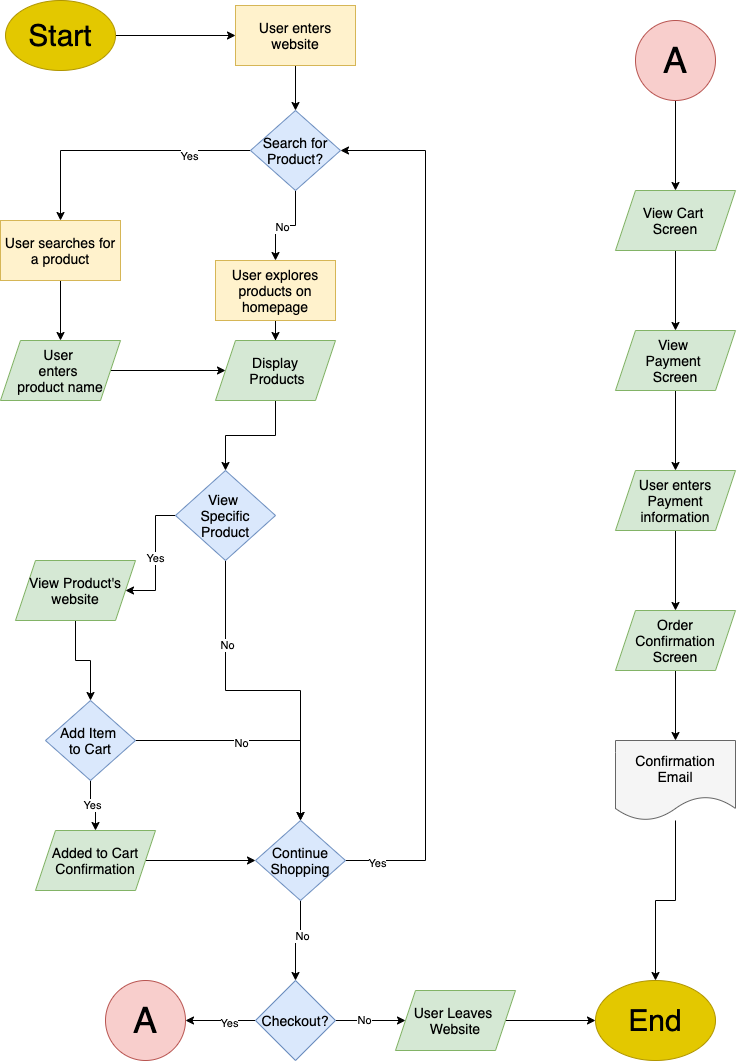
This is part2/part2.drawio.png from Manav-Ram19/wi21-cse110-lab4, a draw.io export, as it was before one commit. Source tidied: cells renumbered, new cells last; positions are measured from the earlier drawing's top-left corner, leaving out a move shared by most shapes.
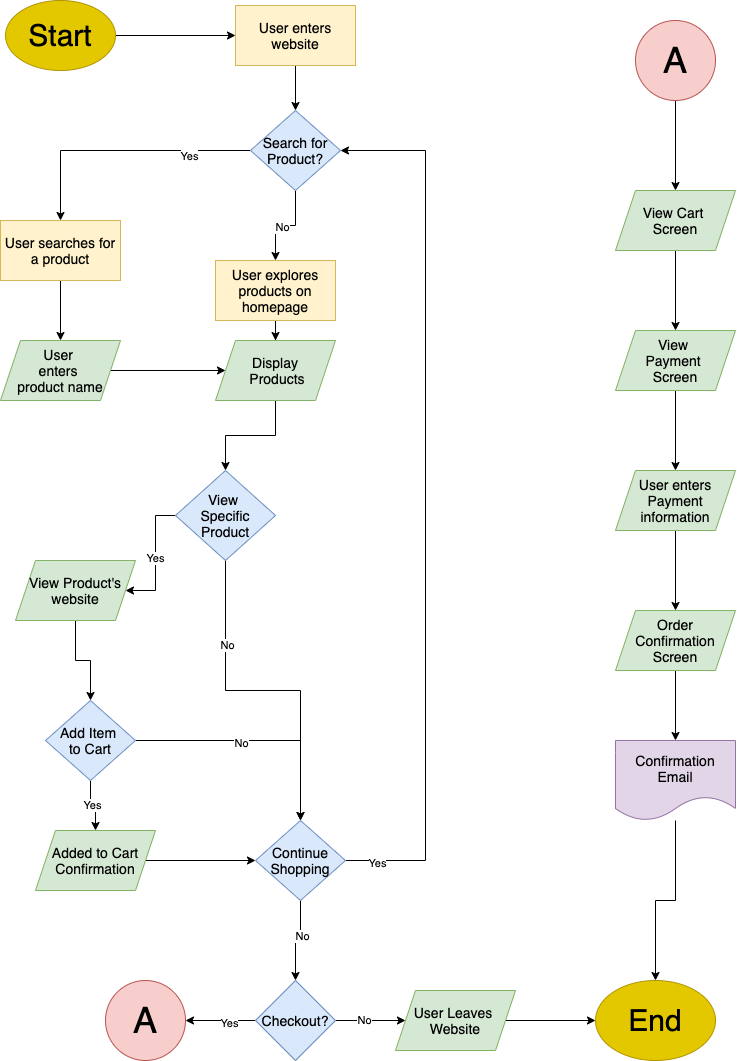
Above is the later version.

The edit, as a diff of the source:
```diff
@@ -171,7 +171,7 @@
     <mxCell id="55" style="edgeStyle=orthogonalEdgeStyle;rounded=0;jettySize=auto;html=1;shadow=0;" parent="1" edge="1" source="56" target="43">
       <mxGeometry relative="1" as="geometry" />
     </mxCell>
-    <mxCell id="56" value="&lt;span style=&quot;font-size: 14px&quot;&gt;&lt;font color=&quot;#000000&quot;&gt;Confirmation Email&lt;/font&gt;&lt;/span&gt;" style="shape=document;whiteSpace=wrap;html=1;boundedLbl=1;fillColor=#f5f5f5;strokeColor=#666666;fontColor=#333333;" parent="1" vertex="1">
+    <mxCell id="56" value="&lt;span style=&quot;font-size: 14px&quot;&gt;&lt;font color=&quot;#000000&quot;&gt;Confirmation Email&lt;/font&gt;&lt;/span&gt;" style="shape=document;whiteSpace=wrap;html=1;boundedLbl=1;fillColor=#e1d5e7;strokeColor=#9673a6;" parent="1" vertex="1">
       <mxGeometry x="615" y="740" width="120" height="80" as="geometry" />
     </mxCell>
   </root>
```
